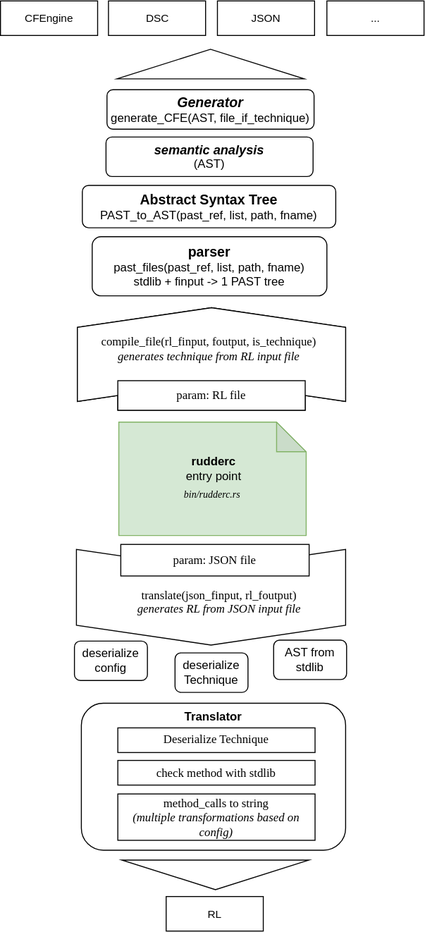
This is rudder-lang/docs/images/rudderc.svg from Normation/rudder, a draw.io export, as it was before one commit. Source tidied: cells renumbered, new cells last; positions are measured from the earlier drawing's top-left corner, leaving out a move shared by most shapes.
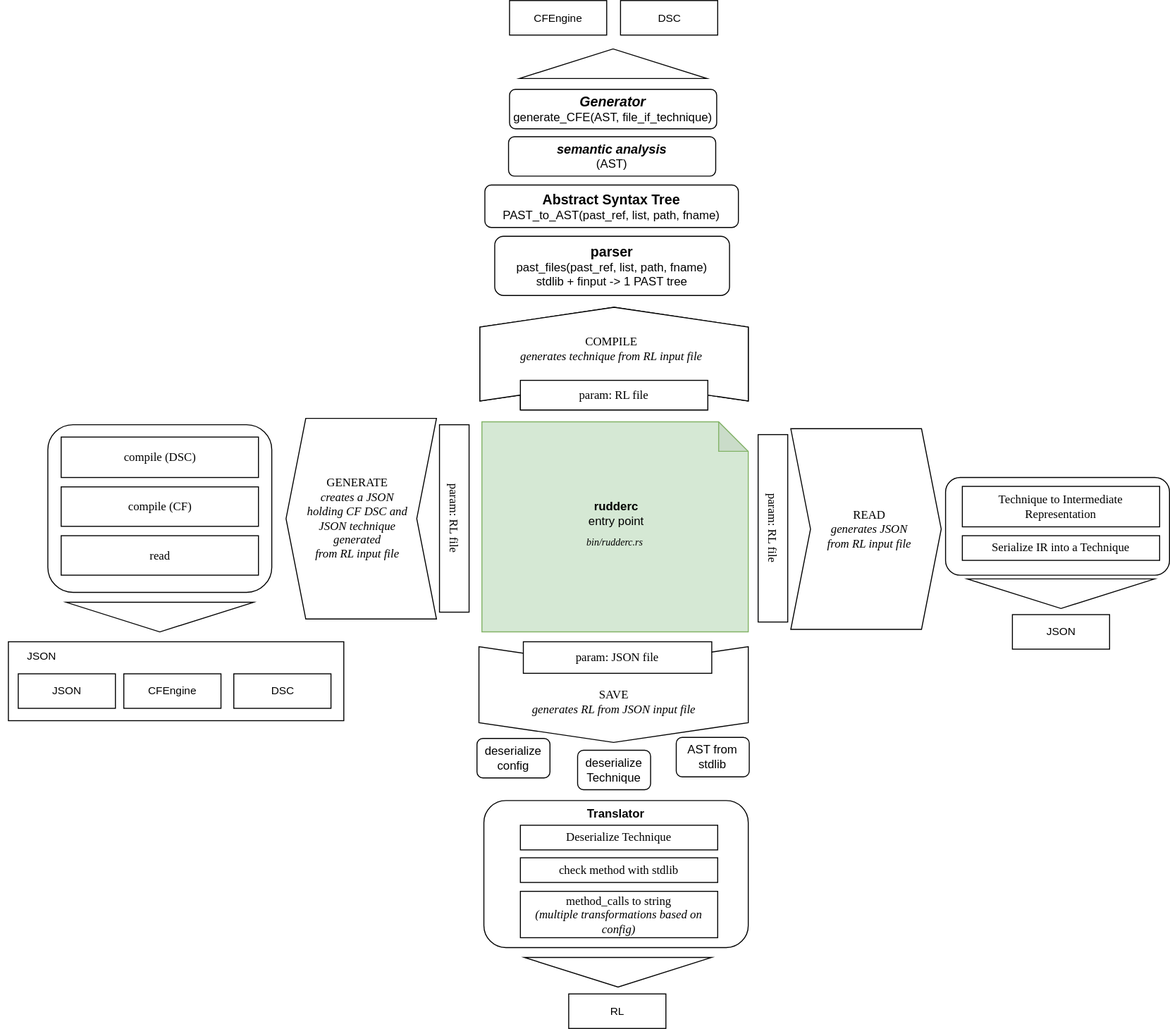
Above is the later version.

What changed in the source:
```diff
@@ -3,103 +3,169 @@
     <mxCell id="0" />
     <mxCell id="1" parent="0" />
     <mxCell id="2" value="&lt;i&gt;&lt;font style=&quot;font-size: 10px&quot;&gt;&lt;br&gt;&lt;br&gt;bin/rudderc.rs&lt;/font&gt;&lt;/i&gt;" style="shape=note;whiteSpace=wrap;html=1;backgroundOutline=1;darkOpacity=0.05;fillColor=#d5e8d4;fontFamily=Verdana;strokeColor=#82b366;spacingLeft=5;spacingRight=5;" parent="1" vertex="1">
-      <mxGeometry x="120" y="427" width="190" height="115" as="geometry" />
+      <mxGeometry x="50" y="316" width="270" height="213" as="geometry" />
     </mxCell>
     <mxCell id="3" value="&lt;div&gt;&lt;b&gt;rudderc&lt;/b&gt;&lt;/div&gt;&lt;div&gt; entry point&lt;/div&gt;" style="text;html=1;strokeColor=none;fillColor=none;align=center;verticalAlign=middle;whiteSpace=wrap;rounded=0;" parent="1" vertex="1">
-      <mxGeometry x="178" y="464" width="77" height="20" as="geometry" />
+      <mxGeometry x="147.5" y="399" width="77" height="20" as="geometry" />
     </mxCell>
     <mxCell id="4" value="&lt;font style=&quot;font-size: 14px&quot;&gt;&lt;b&gt;parser&lt;/b&gt;&lt;/font&gt;&lt;br&gt;past_files(past_ref, list, path, fname)&lt;br&gt;stdlib + finput -&amp;gt; 1 PAST tree" style="rounded=1;whiteSpace=wrap;html=1;" parent="1" vertex="1">
-      <mxGeometry x="93" y="239" width="238" height="60" as="geometry" />
+      <mxGeometry x="63" y="128" width="238" height="60" as="geometry" />
     </mxCell>
     <mxCell id="5" value="&lt;font style=&quot;font-size: 14px&quot;&gt;&lt;b&gt;Abstract Syntax Tree&lt;br&gt;&lt;/b&gt;&lt;/font&gt;PAST_to_AST(past_ref, list, path, fname)&lt;i&gt;&lt;br&gt;&lt;/i&gt;" style="rounded=1;whiteSpace=wrap;html=1;" parent="1" vertex="1">
-      <mxGeometry x="83" y="187" width="257" height="43" as="geometry" />
+      <mxGeometry x="53" y="76" width="257" height="43" as="geometry" />
     </mxCell>
     <mxCell id="6" value="&lt;i&gt;&lt;b&gt;&lt;font style=&quot;font-size: 13px&quot;&gt;semantic analysis&lt;/font&gt;&lt;/b&gt;&lt;/i&gt;&lt;br&gt;(AST)" style="rounded=1;whiteSpace=wrap;html=1;" parent="1" vertex="1">
-      <mxGeometry x="107" y="138" width="210" height="40" as="geometry" />
+      <mxGeometry x="77" y="27" width="210" height="40" as="geometry" />
     </mxCell>
     <mxCell id="7" value="&lt;font style=&quot;font-size: 14px&quot;&gt;&lt;i&gt;&lt;b&gt;Generator&lt;/b&gt;&lt;/i&gt;&lt;/font&gt;&lt;br&gt;generate_CFE(AST, file_if_technique)&lt;i&gt;&lt;br&gt;&lt;/i&gt;" style="rounded=1;whiteSpace=wrap;html=1;" parent="1" vertex="1">
-      <mxGeometry x="108" y="90" width="210" height="40" as="geometry" />
+      <mxGeometry x="78" y="-21" width="210" height="40" as="geometry" />
     </mxCell>
     <mxCell id="8" value="deserialize config" style="rounded=1;whiteSpace=wrap;html=1;" parent="1" vertex="1">
-      <mxGeometry x="75" y="649" width="74" height="40" as="geometry" />
+      <mxGeometry x="45" y="637" width="74" height="40" as="geometry" />
     </mxCell>
     <mxCell id="9" value="CFEngine" style="rounded=0;whiteSpace=wrap;html=1;fontSize=11;" parent="1" vertex="1">
-      <mxGeometry width="98.5" height="35" as="geometry" />
+      <mxGeometry x="78" y="-111" width="98.5" height="35" as="geometry" />
     </mxCell>
     <mxCell id="10" value="DSC" style="rounded=0;whiteSpace=wrap;html=1;fontSize=11;" parent="1" vertex="1">
-      <mxGeometry x="109.5" width="98.5" height="35" as="geometry" />
+      <mxGeometry x="190.5" y="-111" width="98.5" height="35" as="geometry" />
     </mxCell>
-    <mxCell id="11" value="JSON" style="rounded=0;whiteSpace=wrap;html=1;fontSize=11;" parent="1" vertex="1">
-      <mxGeometry x="220" width="98.5" height="35" as="geometry" />
+    <mxCell id="11" style="triangle;whiteSpace=wrap;html=1;fillColor=#ffffff;fontFamily=Verdana;direction=south;spacingLeft=5;spacingRight=5;" parent="1" vertex="1">
+      <mxGeometry x="93" y="859" width="190" height="30" as="geometry" />
     </mxCell>
-    <mxCell id="12" value="..." style="rounded=0;whiteSpace=wrap;html=1;fontSize=11;" parent="1" vertex="1">
-      <mxGeometry x="331" width="98.5" height="35" as="geometry" />
+    <mxCell id="12" value="deserialize Technique" style="rounded=1;whiteSpace=wrap;html=1;" parent="1" vertex="1">
+      <mxGeometry x="147" y="649" width="74" height="40" as="geometry" />
     </mxCell>
-    <mxCell id="13" style="triangle;whiteSpace=wrap;html=1;fillColor=#ffffff;fontFamily=Verdana;direction=south;spacingLeft=5;spacingRight=5;" parent="1" vertex="1">
-      <mxGeometry x="123" y="871" width="190" height="30" as="geometry" />
+    <mxCell id="13" value="AST from stdlib" style="rounded=1;whiteSpace=wrap;html=1;" parent="1" vertex="1">
+      <mxGeometry x="247" y="636" width="74" height="40" as="geometry" />
     </mxCell>
-    <mxCell id="14" value="deserialize Technique" style="rounded=1;whiteSpace=wrap;html=1;" parent="1" vertex="1">
-      <mxGeometry x="177" y="661" width="74" height="40" as="geometry" />
+    <mxCell id="14" value="&lt;b&gt;Translator&lt;/b&gt;" style="rounded=1;whiteSpace=wrap;html=1;verticalAlign=top;" parent="1" vertex="1">
+      <mxGeometry x="52" y="700" width="268" height="149" as="geometry" />
     </mxCell>
-    <mxCell id="15" value="AST from stdlib" style="rounded=1;whiteSpace=wrap;html=1;" parent="1" vertex="1">
-      <mxGeometry x="277" y="648" width="74" height="40" as="geometry" />
+    <mxCell id="15" style="group;" parent="1" vertex="1">
+      <mxGeometry x="37" y="200" width="289" height="104" as="geometry" />
     </mxCell>
-    <mxCell id="16" value="&lt;b&gt;Translator&lt;/b&gt;" style="rounded=1;whiteSpace=wrap;html=1;verticalAlign=top;" parent="1" vertex="1">
-      <mxGeometry x="82" y="712" width="268" height="149" as="geometry" />
+    <mxCell id="16" style="group;" parent="15" vertex="1">
+      <mxGeometry width="289" height="95" as="geometry" />
     </mxCell>
-    <mxCell id="17" style="group;" parent="1" vertex="1">
-      <mxGeometry x="67" y="311" width="289" height="104" as="geometry" />
+    <mxCell id="17" style="shape=step;perimeter=stepPerimeter;whiteSpace=wrap;html=1;fixedSize=1;rounded=0;fontFamily=Verdana;fontSize=12;align=left;direction=north;" parent="16" vertex="1">
+      <mxGeometry x="11" width="272" height="95" as="geometry" />
     </mxCell>
-    <mxCell id="18" style="group;" parent="17" vertex="1">
-      <mxGeometry width="289" height="95" as="geometry" />
+    <mxCell id="18" value="compile(rl_finput, foutput, is_technique)&lt;br&gt;&lt;i&gt;generates technique from RL input file&lt;br&gt;&lt;/i&gt;" style="text;html=1;strokeColor=none;fillColor=none;align=center;verticalAlign=middle;whiteSpace=wrap;rounded=0;fontFamily=Verdana;spacingLeft=5;spacingRight=5;" parent="16" vertex="1">
+      <mxGeometry y="29.7" width="289" height="23.8" as="geometry" />
     </mxCell>
-    <mxCell id="19" style="shape=step;perimeter=stepPerimeter;whiteSpace=wrap;html=1;fixedSize=1;rounded=0;fontFamily=Verdana;fontSize=12;align=left;direction=north;" parent="18" vertex="1">
-      <mxGeometry x="11" width="272" height="95" as="geometry" />
+    <mxCell id="19" value="param: RL file" style="rounded=0;whiteSpace=wrap;html=1;fillColor=#ffffff;fontFamily=Verdana;spacingLeft=5;spacingRight=5;" parent="15" vertex="1">
+      <mxGeometry x="52" y="74" width="190" height="30" as="geometry" />
     </mxCell>
-    <mxCell id="20" value="compile(rl_finput, foutput, is_technique)&lt;br&gt;&lt;i&gt;generates technique from RL input file&lt;br&gt;&lt;/i&gt;" style="text;html=1;strokeColor=none;fillColor=none;align=center;verticalAlign=middle;whiteSpace=wrap;rounded=0;fontFamily=Verdana;spacingLeft=5;spacingRight=5;" parent="18" vertex="1">
-      <mxGeometry y="29.7" width="289" height="23.8" as="geometry" />
+    <mxCell id="20" style="group;" parent="1" vertex="1">
+      <mxGeometry x="37" y="200" width="289" height="104" as="geometry" />
     </mxCell>
-    <mxCell id="21" value="param: RL file" style="rounded=0;whiteSpace=wrap;html=1;fillColor=#ffffff;fontFamily=Verdana;spacingLeft=5;spacingRight=5;" parent="17" vertex="1">
-      <mxGeometry x="52" y="74" width="190" height="30" as="geometry" />
+    <mxCell id="21" style="group;" parent="20" vertex="1">
+      <mxGeometry width="289" height="95" as="geometry" />
     </mxCell>
-    <mxCell id="22" style="group;" parent="1" vertex="1">
-      <mxGeometry x="67" y="311" width="289" height="104" as="geometry" />
+    <mxCell id="22" style="shape=step;perimeter=stepPerimeter;whiteSpace=wrap;html=1;fixedSize=1;rounded=0;fontFamily=Verdana;fontSize=12;align=left;direction=north;" parent="21" vertex="1">
+      <mxGeometry x="11" width="272" height="95" as="geometry" />
     </mxCell>
-    <mxCell id="23" style="group;" parent="22" vertex="1">
-      <mxGeometry width="289" height="95" as="geometry" />
+    <mxCell id="23" value="COMPILE&lt;br&gt;&lt;i&gt;generates technique from RL input file&lt;br&gt;&lt;/i&gt;" style="text;html=1;strokeColor=none;fillColor=none;align=center;verticalAlign=middle;whiteSpace=wrap;rounded=0;fontFamily=Verdana;spacingLeft=5;spacingRight=5;" parent="21" vertex="1">
+      <mxGeometry y="29.7" width="289" height="23.8" as="geometry" />
     </mxCell>
-    <mxCell id="24" style="shape=step;perimeter=stepPerimeter;whiteSpace=wrap;html=1;fixedSize=1;rounded=0;fontFamily=Verdana;fontSize=12;align=left;direction=north;" parent="23" vertex="1">
-      <mxGeometry x="11" width="272" height="95" as="geometry" />
+    <mxCell id="24" value="param: RL file" style="rounded=0;whiteSpace=wrap;html=1;fillColor=#ffffff;fontFamily=Verdana;spacingLeft=5;spacingRight=5;" parent="20" vertex="1">
+      <mxGeometry x="52" y="74" width="190" height="30" as="geometry" />
     </mxCell>
-    <mxCell id="25" value="compile(rl_finput, foutput, is_technique)&lt;br&gt;&lt;i&gt;generates technique from RL input file&lt;br&gt;&lt;/i&gt;" style="text;html=1;strokeColor=none;fillColor=none;align=center;verticalAlign=middle;whiteSpace=wrap;rounded=0;fontFamily=Verdana;spacingLeft=5;spacingRight=5;" parent="23" vertex="1">
-      <mxGeometry y="29.7" width="289" height="23.8" as="geometry" />
+    <mxCell id="25" style="shape=step;perimeter=stepPerimeter;whiteSpace=wrap;html=1;fixedSize=1;rounded=0;fontFamily=Verdana;fontSize=12;align=left;direction=south;" parent="1" vertex="1">
+      <mxGeometry x="47" y="544" width="273" height="97" as="geometry" />
     </mxCell>
-    <mxCell id="26" value="param: RL file" style="rounded=0;whiteSpace=wrap;html=1;fillColor=#ffffff;fontFamily=Verdana;spacingLeft=5;spacingRight=5;" parent="22" vertex="1">
-      <mxGeometry x="52" y="74" width="190" height="30" as="geometry" />
+    <mxCell id="26" value="param: JSON file" style="rounded=0;whiteSpace=wrap;html=1;fillColor=#ffffff;fontFamily=Verdana;spacingLeft=5;spacingRight=5;" parent="1" vertex="1">
+      <mxGeometry x="92" y="539" width="191" height="32" as="geometry" />
     </mxCell>
-    <mxCell id="27" style="shape=step;perimeter=stepPerimeter;whiteSpace=wrap;html=1;fixedSize=1;rounded=0;fontFamily=Verdana;fontSize=12;align=left;direction=south;" parent="1" vertex="1">
-      <mxGeometry x="77" y="556" width="273" height="97" as="geometry" />
+    <mxCell id="27" value="&lt;br&gt;SAVE&lt;br&gt;&lt;i&gt;generates RL from JSON input file&lt;br&gt;&lt;/i&gt;" style="text;html=1;strokeColor=none;fillColor=none;align=center;verticalAlign=middle;whiteSpace=wrap;rounded=0;fontFamily=Verdana;fontSize=12;" parent="1" vertex="1">
+      <mxGeometry x="60" y="567.5" width="248" height="50" as="geometry" />
     </mxCell>
-    <mxCell id="28" value="param: JSON file" style="rounded=0;whiteSpace=wrap;html=1;fillColor=#ffffff;fontFamily=Verdana;spacingLeft=5;spacingRight=5;" parent="1" vertex="1">
-      <mxGeometry x="122" y="551" width="191" height="32" as="geometry" />
+    <mxCell id="28" value="Deserialize Technique" style="rounded=0;whiteSpace=wrap;html=1;fontFamily=Verdana;spacingLeft=5;spacingRight=5;" parent="1" vertex="1">
+      <mxGeometry x="89" y="725" width="200" height="25" as="geometry" />
     </mxCell>
-    <mxCell id="29" value="&#10;&lt;!--StartFragment--&gt;translate(json_finput, rl_foutput)&lt;br&gt;&lt;i&gt;generates RL from JSON input file&lt;br&gt;&lt;/i&gt;&lt;!--EndFragment--&gt;&#10;&#10;" style="text;html=1;strokeColor=none;fillColor=none;align=center;verticalAlign=middle;whiteSpace=wrap;rounded=0;fontFamily=Verdana;fontSize=12;" parent="1" vertex="1">
-      <mxGeometry x="98" y="592" width="248" height="50" as="geometry" />
+    <mxCell id="29" value="check method with stdlib" style="rounded=0;whiteSpace=wrap;html=1;fontFamily=Verdana;spacingLeft=5;spacingRight=5;" parent="1" vertex="1">
+      <mxGeometry x="89" y="758" width="200" height="25" as="geometry" />
     </mxCell>
-    <mxCell id="30" value="Deserialize Technique" style="rounded=0;whiteSpace=wrap;html=1;fontFamily=Verdana;spacingLeft=5;spacingRight=5;" parent="1" vertex="1">
-      <mxGeometry x="119" y="737" width="200" height="25" as="geometry" />
+    <mxCell id="30" value="&lt;div&gt;method_calls to string&lt;br&gt;&lt;i&gt;(multiple transformations based on config)&lt;/i&gt;&lt;br&gt;&lt;/div&gt;" style="rounded=0;whiteSpace=wrap;html=1;fontFamily=Verdana;spacingLeft=5;spacingRight=5;" parent="1" vertex="1">
+      <mxGeometry x="89" y="792" width="200" height="47" as="geometry" />
     </mxCell>
-    <mxCell id="31" value="check method with stdlib" style="rounded=0;whiteSpace=wrap;html=1;fontFamily=Verdana;spacingLeft=5;spacingRight=5;" parent="1" vertex="1">
-      <mxGeometry x="119" y="770" width="200" height="25" as="geometry" />
+    <mxCell id="31" style="triangle;whiteSpace=wrap;html=1;fillColor=#ffffff;fontFamily=Verdana;direction=north;spacingLeft=5;spacingRight=5;" parent="1" vertex="1">
+      <mxGeometry x="88" y="-62" width="190" height="30" as="geometry" />
     </mxCell>
-    <mxCell id="32" value="&lt;div&gt;method_calls to string&lt;br&gt;&lt;i&gt;(multiple transformations based on config)&lt;/i&gt;&lt;br&gt;&lt;/div&gt;" style="rounded=0;whiteSpace=wrap;html=1;fontFamily=Verdana;spacingLeft=5;spacingRight=5;" parent="1" vertex="1">
-      <mxGeometry x="119" y="804" width="200" height="47" as="geometry" />
+    <mxCell id="32" value="RL" style="rounded=0;whiteSpace=wrap;html=1;fontSize=11;" parent="1" vertex="1">
+      <mxGeometry x="138" y="896" width="98.5" height="35" as="geometry" />
     </mxCell>
-    <mxCell id="33" style="triangle;whiteSpace=wrap;html=1;fillColor=#ffffff;fontFamily=Verdana;direction=north;spacingLeft=5;spacingRight=5;" parent="1" vertex="1">
-      <mxGeometry x="118" y="49" width="190" height="30" as="geometry" />
+    <mxCell id="33" style="group;rotation=90;" parent="1" vertex="1">
+      <mxGeometry x="330" y="322.2" width="293.5" height="177.5" as="geometry" />
     </mxCell>
-    <mxCell id="34" value="RL" style="rounded=0;whiteSpace=wrap;html=1;fontSize=11;" parent="1" vertex="1">
-      <mxGeometry x="168" y="908" width="98.5" height="35" as="geometry" />
+    <mxCell id="34" style="group;rotation=90;" parent="33" vertex="1">
+      <mxGeometry x="25.1" y="-22.5" width="231.8" height="250" as="geometry" />
     </mxCell>
+    <mxCell id="35" style="shape=step;perimeter=stepPerimeter;whiteSpace=wrap;html=1;fixedSize=1;rounded=0;fontFamily=Verdana;fontSize=12;align=left;direction=north;rotation=90;" parent="34" vertex="1">
+      <mxGeometry x="-17.4" y="48.8" width="203.4" height="152.5" as="geometry" />
+    </mxCell>
+    <mxCell id="36" value="READ&lt;br&gt;&lt;i&gt;generates JSON&lt;br&gt;from RL input file&lt;br&gt;&lt;/i&gt;" style="text;html=1;strokeColor=none;fillColor=none;align=center;verticalAlign=middle;whiteSpace=wrap;rounded=0;fontFamily=Verdana;spacingLeft=5;spacingRight=5;rotation=0;" parent="34" vertex="1">
+      <mxGeometry x="31.4" y="86.9" width="113.7" height="76.2" as="geometry" />
+    </mxCell>
+    <mxCell id="37" value="param: RL file" style="rounded=0;whiteSpace=wrap;html=1;fillColor=#ffffff;fontFamily=Verdana;spacingLeft=5;spacingRight=5;rotation=90;" parent="1" vertex="1">
+      <mxGeometry x="250" y="409" width="190" height="30" as="geometry" />
+    </mxCell>
+    <mxCell id="38" style="triangle;whiteSpace=wrap;html=1;fillColor=#ffffff;fontFamily=Verdana;direction=south;spacingLeft=5;spacingRight=5;" parent="1" vertex="1">
+      <mxGeometry x="542" y="475.2" width="190" height="30" as="geometry" />
+    </mxCell>
+    <mxCell id="39" style="rounded=1;whiteSpace=wrap;html=1;verticalAlign=top;" parent="1" vertex="1">
+      <mxGeometry x="520" y="372.5" width="227" height="99" as="geometry" />
+    </mxCell>
+    <mxCell id="40" value="Technique to Intermediate Representation" style="rounded=0;whiteSpace=wrap;html=1;fontFamily=Verdana;spacingLeft=5;spacingRight=5;" parent="1" vertex="1">
+      <mxGeometry x="537" y="381.5" width="200" height="41" as="geometry" />
+    </mxCell>
+    <mxCell id="41" value="Serialize IR into a Technique" style="rounded=0;whiteSpace=wrap;html=1;fontFamily=Verdana;spacingLeft=5;spacingRight=5;" parent="1" vertex="1">
+      <mxGeometry x="537" y="431.5" width="200" height="25" as="geometry" />
+    </mxCell>
+    <mxCell id="42" value="JSON" style="rounded=0;whiteSpace=wrap;html=1;fontSize=11;" parent="1" vertex="1">
+      <mxGeometry x="587.8" y="511.5" width="98.5" height="35" as="geometry" />
+    </mxCell>
+    <mxCell id="43" style="group;rotation=-90;" parent="1" vertex="1">
+      <mxGeometry x="-220" y="289" width="331" height="250" as="geometry" />
+    </mxCell>
+    <mxCell id="44" style="shape=step;perimeter=stepPerimeter;whiteSpace=wrap;html=1;fixedSize=1;rounded=0;fontFamily=Verdana;fontSize=12;align=left;direction=north;rotation=-90;" parent="43" vertex="1">
+      <mxGeometry x="46" y="49" width="203.4" height="152.5" as="geometry" />
+    </mxCell>
+    <mxCell id="45" value="GENERATE&lt;br&gt;&lt;i&gt;creates a JSON holding CF DSC and JSON technique generated&lt;br&gt;from RL input file&lt;br&gt;&lt;/i&gt;" style="text;html=1;strokeColor=none;fillColor=none;align=center;verticalAlign=middle;whiteSpace=wrap;rounded=0;fontFamily=Verdana;spacingLeft=5;spacingRight=5;rotation=0;" parent="43" vertex="1">
+      <mxGeometry x="87" y="87" width="113.7" height="76.2" as="geometry" />
+    </mxCell>
+    <mxCell id="46" value="param: RL file" style="rounded=0;whiteSpace=wrap;html=1;fillColor=#ffffff;fontFamily=Verdana;spacingLeft=5;spacingRight=5;rotation=90;" parent="43" vertex="1">
+      <mxGeometry x="147" y="110" width="190" height="30" as="geometry" />
+    </mxCell>
+    <mxCell id="47" style="triangle;whiteSpace=wrap;html=1;fillColor=#ffffff;fontFamily=Verdana;direction=south;spacingLeft=5;spacingRight=5;" parent="1" vertex="1">
+      <mxGeometry x="-371.5" y="499" width="190" height="30" as="geometry" />
+    </mxCell>
+    <mxCell id="48" style="rounded=1;whiteSpace=wrap;html=1;verticalAlign=top;" parent="1" vertex="1">
+      <mxGeometry x="-390" y="319" width="227" height="170" as="geometry" />
+    </mxCell>
+    <mxCell id="49" value="compile (DSC)" style="rounded=0;whiteSpace=wrap;html=1;fontFamily=Verdana;spacingLeft=5;spacingRight=5;" parent="1" vertex="1">
+      <mxGeometry x="-376.5" y="331.5" width="200" height="41" as="geometry" />
+    </mxCell>
+    <mxCell id="50" value="compile (CF)" style="rounded=0;whiteSpace=wrap;html=1;fontFamily=Verdana;spacingLeft=5;spacingRight=5;" parent="1" vertex="1">
+      <mxGeometry x="-376.5" y="382" width="200" height="40" as="geometry" />
+    </mxCell>
+    <mxCell id="51" value="&lt;div&gt;&lt;br&gt;&lt;/div&gt;&lt;div&gt;&amp;nbsp;&amp;nbsp; &lt;br&gt;&lt;/div&gt;" style="rounded=0;whiteSpace=wrap;html=1;fontSize=11;labelPosition=left;verticalLabelPosition=top;align=right;verticalAlign=bottom;" parent="1" vertex="1">
+      <mxGeometry x="-430" y="539" width="340" height="80" as="geometry" />
+    </mxCell>
+    <mxCell id="52" value="read" style="rounded=0;whiteSpace=wrap;html=1;fontFamily=Verdana;spacingLeft=5;spacingRight=5;" parent="1" vertex="1">
+      <mxGeometry x="-376.5" y="431.5" width="200" height="40" as="geometry" />
+    </mxCell>
+    <mxCell id="53" value="JSON" style="rounded=0;whiteSpace=wrap;html=1;fontSize=11;" parent="1" vertex="1">
+      <mxGeometry x="-420" y="571.5" width="98.5" height="35" as="geometry" />
+    </mxCell>
+    <mxCell id="54" value="CFEngine" style="rounded=0;whiteSpace=wrap;html=1;fontSize=11;" parent="1" vertex="1">
+      <mxGeometry x="-313" y="571.5" width="98.5" height="35" as="geometry" />
+    </mxCell>
+    <mxCell id="55" value="DSC" style="rounded=0;whiteSpace=wrap;html=1;fontSize=11;" parent="1" vertex="1">
+      <mxGeometry x="-201.5" y="571.5" width="98.5" height="35" as="geometry" />
+    </mxCell>
+    <mxCell id="56" value="JSON" style="text;html=1;strokeColor=none;fillColor=none;align=center;verticalAlign=middle;whiteSpace=wrap;rounded=0;fontSize=11;" parent="1" vertex="1">
+      <mxGeometry x="-416" y="544" width="40" height="20" as="geometry" />
+    </mxCell>
   </root>
 </mxGraphModel>
```
